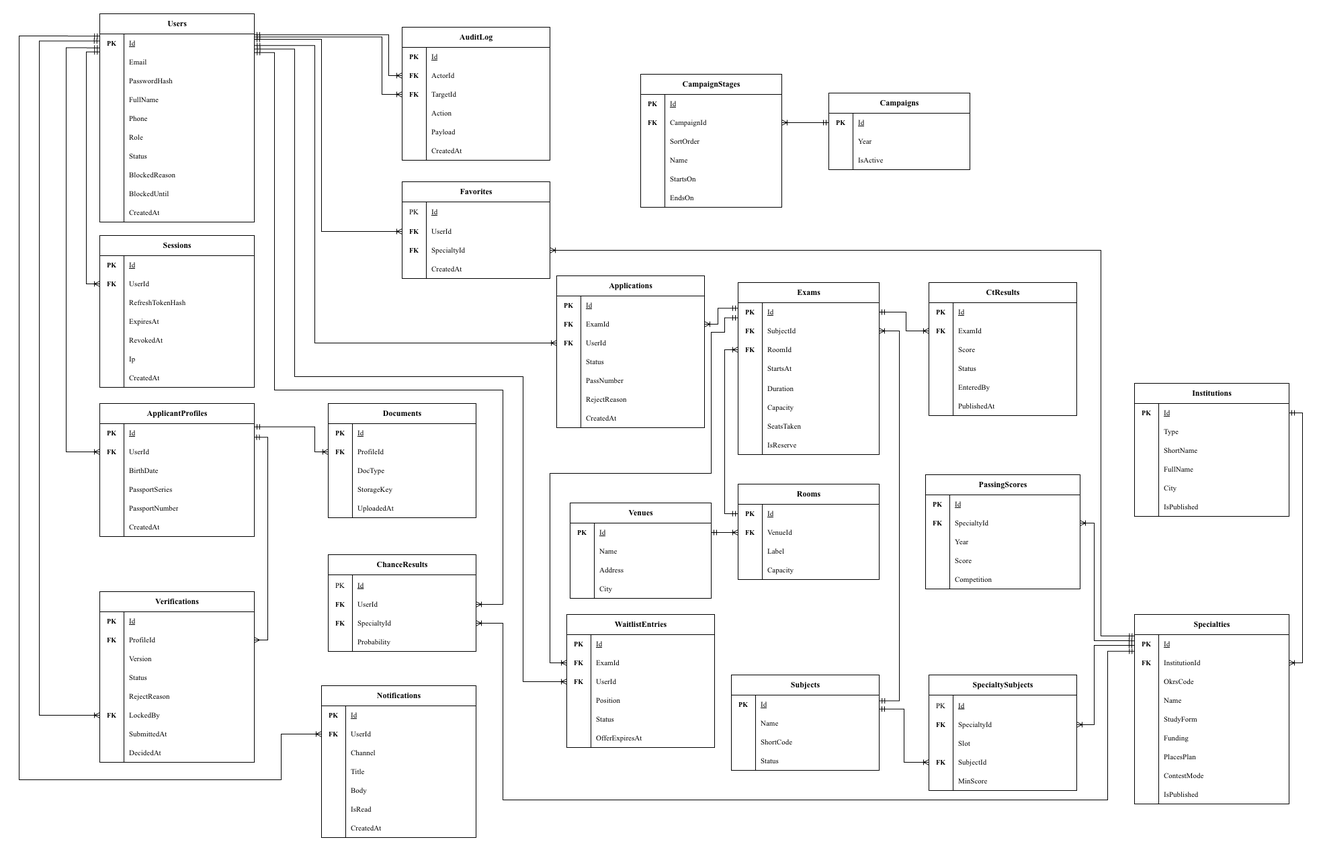
The draw.io diagram docs/diagrams/db-postgresql.png in qDenisM/web-app-centralized-testing-platform, before a commit. Source tidied: cells renumbered, new cells last; positions are measured from the earlier drawing's top-left corner, leaving out a move shared by most shapes.
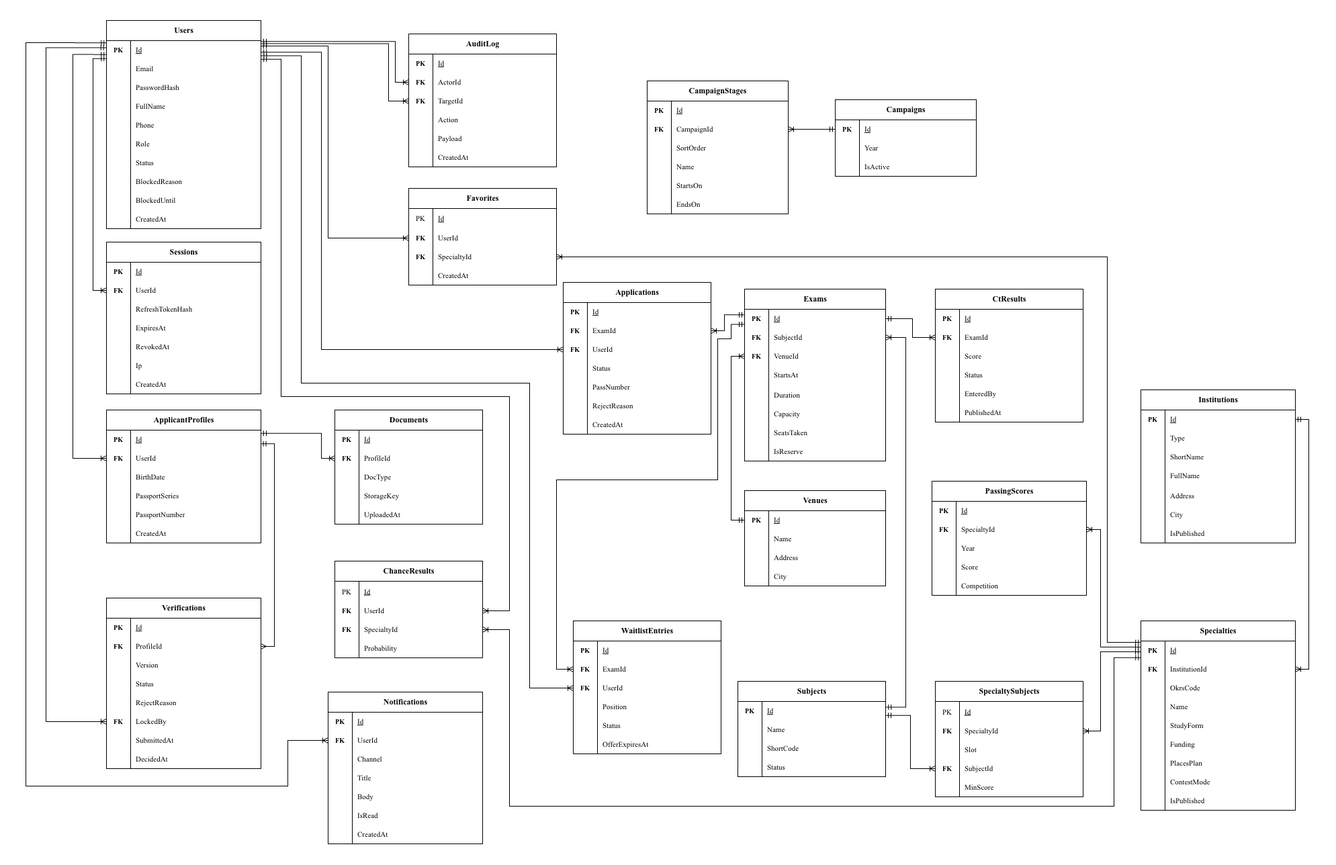
After the commit.

Diff of the diagram source:
```diff
@@ -445,7 +445,7 @@
       </mxGeometry>
     </mxCell>
     <mxCell id="141" value="Venues" style="shape=table;startSize=30;rowLines=0;fontStyle=1;align=center;html=1;fillColor=#FFFFFF;strokeColor=#000000;fontColor=#000000;fontFamily=Times New Roman;fontSize=12;" parent="1" vertex="1">
-      <mxGeometry x="820" y="728" width="210" height="142" as="geometry" />
+      <mxGeometry x="1070" y="700" width="210" height="142" as="geometry" />
     </mxCell>
     <mxCell id="142" style="shape=tableRow;horizontal=0;startSize=0;swimlaneHead=0;swimlaneBody=0;fillColor=none;points=[[0,0.5],[1,0.5]];portConstraint=eastwest;top=0;left=0;right=0;bottom=0;strokeColor=inherit;" parent="141" vertex="1">
       <mxGeometry y="30" width="210" height="28" as="geometry" />
@@ -483,45 +483,6 @@
     <mxCell id="153" value="City" style="shape=partialRectangle;fillColor=none;top=0;left=0;bottom=0;right=0;align=left;spacingLeft=6;overflow=hidden;whiteSpace=wrap;html=1;fontStyle=0;fontFamily=Times New Roman;fontSize=11;fontColor=#000000;verticalAlign=middle;" parent="151" vertex="1">
       <mxGeometry x="36" width="174" height="28" as="geometry" />
     </mxCell>
-    <mxCell id="154" value="Rooms" style="shape=table;startSize=30;rowLines=0;fontStyle=1;align=center;html=1;fillColor=#FFFFFF;strokeColor=#000000;fontColor=#000000;fontFamily=Times New Roman;fontSize=12;" parent="1" vertex="1">
-      <mxGeometry x="1070" y="700" width="210" height="142" as="geometry" />
-    </mxCell>
-    <mxCell id="155" style="shape=tableRow;horizontal=0;startSize=0;swimlaneHead=0;swimlaneBody=0;fillColor=none;points=[[0,0.5],[1,0.5]];portConstraint=eastwest;top=0;left=0;right=0;bottom=0;strokeColor=inherit;" parent="154" vertex="1">
-      <mxGeometry y="30" width="210" height="28" as="geometry" />
-    </mxCell>
-    <mxCell id="156" value="PK" style="shape=partialRectangle;fillColor=none;top=0;left=0;bottom=0;right=0;overflow=hidden;whiteSpace=wrap;html=1;fontStyle=1;fontFamily=Times New Roman;fontSize=10;fontColor=#000000;align=center;verticalAlign=middle;" parent="155" vertex="1">
-      <mxGeometry width="36" height="28" as="geometry" />
-    </mxCell>
-    <mxCell id="157" value="Id" style="shape=partialRectangle;fillColor=none;top=0;left=0;bottom=0;right=0;align=left;spacingLeft=6;overflow=hidden;whiteSpace=wrap;html=1;fontStyle=4;fontFamily=Times New Roman;fontSize=11;fontColor=#000000;verticalAlign=middle;" parent="155" vertex="1">
-      <mxGeometry x="36" width="174" height="28" as="geometry" />
-    </mxCell>
-    <mxCell id="158" style="shape=tableRow;horizontal=0;startSize=0;swimlaneHead=0;swimlaneBody=0;fillColor=none;points=[[0,0.5],[1,0.5]];portConstraint=eastwest;top=0;left=0;right=0;bottom=0;strokeColor=inherit;" parent="154" vertex="1">
-      <mxGeometry y="58" width="210" height="28" as="geometry" />
-    </mxCell>
-    <mxCell id="159" value="FK" style="shape=partialRectangle;fillColor=none;top=0;left=0;bottom=0;right=0;overflow=hidden;whiteSpace=wrap;html=1;fontStyle=1;fontFamily=Times New Roman;fontSize=10;fontColor=#000000;align=center;verticalAlign=middle;" parent="158" vertex="1">
-      <mxGeometry width="36" height="28" as="geometry" />
-    </mxCell>
-    <mxCell id="160" value="VenueId" style="shape=partialRectangle;fillColor=none;top=0;left=0;bottom=0;right=0;align=left;spacingLeft=6;overflow=hidden;whiteSpace=wrap;html=1;fontStyle=0;fontFamily=Times New Roman;fontSize=11;fontColor=#000000;verticalAlign=middle;" parent="158" vertex="1">
-      <mxGeometry x="36" width="174" height="28" as="geometry" />
-    </mxCell>
-    <mxCell id="161" style="shape=tableRow;horizontal=0;startSize=0;swimlaneHead=0;swimlaneBody=0;fillColor=none;top=0;left=0;right=0;bottom=0;strokeColor=inherit;" parent="154" vertex="1">
-      <mxGeometry y="86" width="210" height="28" as="geometry" />
-    </mxCell>
-    <mxCell id="162" style="shape=partialRectangle;fillColor=none;top=0;left=0;bottom=0;right=0;overflow=hidden;whiteSpace=wrap;html=1;fontStyle=1;fontFamily=Times New Roman;fontSize=10;fontColor=#000000;align=center;verticalAlign=middle;" parent="161" vertex="1">
-      <mxGeometry width="36" height="28" as="geometry" />
-    </mxCell>
-    <mxCell id="163" value="Label" style="shape=partialRectangle;fillColor=none;top=0;left=0;bottom=0;right=0;align=left;spacingLeft=6;overflow=hidden;whiteSpace=wrap;html=1;fontStyle=0;fontFamily=Times New Roman;fontSize=11;fontColor=#000000;verticalAlign=middle;" parent="161" vertex="1">
-      <mxGeometry x="36" width="174" height="28" as="geometry" />
-    </mxCell>
-    <mxCell id="164" style="shape=tableRow;horizontal=0;startSize=0;swimlaneHead=0;swimlaneBody=0;fillColor=none;top=0;left=0;right=0;bottom=1;strokeColor=inherit;" parent="154" vertex="1">
-      <mxGeometry y="114" width="210" height="28" as="geometry" />
-    </mxCell>
-    <mxCell id="165" style="shape=partialRectangle;fillColor=none;top=0;left=0;bottom=0;right=0;overflow=hidden;whiteSpace=wrap;html=1;fontStyle=1;fontFamily=Times New Roman;fontSize=10;fontColor=#000000;align=center;verticalAlign=middle;" parent="164" vertex="1">
-      <mxGeometry width="36" height="28" as="geometry" />
-    </mxCell>
-    <mxCell id="166" value="Capacity" style="shape=partialRectangle;fillColor=none;top=0;left=0;bottom=0;right=0;align=left;spacingLeft=6;overflow=hidden;whiteSpace=wrap;html=1;fontStyle=0;fontFamily=Times New Roman;fontSize=11;fontColor=#000000;verticalAlign=middle;" parent="164" vertex="1">
-      <mxGeometry x="36" width="174" height="28" as="geometry" />
-    </mxCell>
     <mxCell id="167" value="Exams" style="shape=table;startSize=30;rowLines=0;fontStyle=1;align=center;html=1;fillColor=#FFFFFF;strokeColor=#000000;fontColor=#000000;fontFamily=Times New Roman;fontSize=12;" parent="1" vertex="1">
       <mxGeometry x="1070" y="400" width="210" height="256" as="geometry" />
     </mxCell>
@@ -549,7 +510,7 @@
     <mxCell id="175" value="FK" style="shape=partialRectangle;fillColor=none;top=0;left=0;bottom=0;right=0;overflow=hidden;whiteSpace=wrap;html=1;fontStyle=1;fontFamily=Times New Roman;fontSize=10;fontColor=#000000;align=center;verticalAlign=middle;" parent="174" vertex="1">
       <mxGeometry width="36" height="28" as="geometry" />
     </mxCell>
-    <mxCell id="176" value="RoomId" style="shape=partialRectangle;fillColor=none;top=0;left=0;bottom=0;right=0;align=left;spacingLeft=6;overflow=hidden;whiteSpace=wrap;html=1;fontStyle=0;fontFamily=Times New Roman;fontSize=11;fontColor=#000000;verticalAlign=middle;" parent="174" vertex="1">
+    <mxCell id="176" value="VenueId" style="shape=partialRectangle;fillColor=none;top=0;left=0;bottom=0;right=0;align=left;spacingLeft=6;overflow=hidden;whiteSpace=wrap;html=1;fontStyle=0;fontFamily=Times New Roman;fontSize=11;fontColor=#000000;verticalAlign=middle;" parent="174" vertex="1">
       <mxGeometry x="36" width="174" height="28" as="geometry" />
     </mxCell>
     <mxCell id="177" style="shape=tableRow;horizontal=0;startSize=0;swimlaneHead=0;swimlaneBody=0;fillColor=none;top=0;left=0;right=0;bottom=0;strokeColor=inherit;" parent="167" vertex="1">
@@ -720,15 +681,8 @@
     <mxCell id="232" value="OfferExpiresAt" style="shape=partialRectangle;fillColor=none;top=0;left=0;bottom=0;right=0;align=left;spacingLeft=6;overflow=hidden;whiteSpace=wrap;html=1;fontStyle=0;fontFamily=Times New Roman;fontSize=11;fontColor=#000000;verticalAlign=middle;" parent="230" vertex="1">
       <mxGeometry x="36" width="184" height="28" as="geometry" />
     </mxCell>
-    <mxCell id="233" style="edgeStyle=orthogonalEdgeStyle;rounded=0;jettySize=auto;html=1;endArrow=ERoneToMany;endFill=0;startArrow=ERmandOne;startFill=0;strokeColor=#000000;exitX=1;exitY=0.5;entryX=0;entryY=0.5;exitDx=0;exitDy=0;entryDx=0;entryDy=0;" parent="1" edge="1" source="142" target="158">
-      <mxGeometry x="-0.7" relative="1" as="geometry">
-        <Array as="points">
-          <mxPoint x="1070" y="772" />
-        </Array>
-      </mxGeometry>
-    </mxCell>
-    <mxCell id="234" style="edgeStyle=orthogonalEdgeStyle;rounded=0;jettySize=auto;html=1;endArrow=ERoneToMany;endFill=0;startArrow=ERmandOne;startFill=0;strokeColor=#000000;exitX=0;exitY=0.5;entryX=0;entryY=0.5;exitDx=0;exitDy=0;entryDx=0;entryDy=0;" parent="1" edge="1" source="155" target="174">
-      <mxGeometry x="0.23" relative="1" as="geometry" />
+    <mxCell id="234" style="edgeStyle=orthogonalEdgeStyle;rounded=0;jettySize=auto;html=1;endArrow=ERoneToMany;endFill=0;startArrow=ERmandOne;startFill=0;strokeColor=#000000;exitX=0;exitY=0.5;entryX=0;entryY=0.5;exitDx=0;exitDy=0;entryDx=0;entryDy=0;" parent="1" edge="1" source="142" target="174">
+      <mxGeometry x="0.29" relative="1" as="geometry" />
     </mxCell>
     <mxCell id="235" style="rounded=0;jettySize=auto;html=1;endArrow=ERoneToMany;endFill=0;startArrow=ERmandOne;startFill=0;strokeColor=#000000;exitX=0;exitY=0.296;entryX=1;entryY=0.5;exitDx=0;exitDy=0;entryDx=0;entryDy=0;edgeStyle=orthogonalEdgeStyle;exitPerimeter=0;" parent="1" edge="1" source="168" target="196">
       <mxGeometry x="-0.27" relative="1" as="geometry">
@@ -845,7 +799,7 @@
       </mxGeometry>
     </mxCell>
     <mxCell id="260" value="Institutions" style="shape=table;startSize=30;rowLines=0;fontStyle=1;align=center;html=1;fillColor=#FFFFFF;strokeColor=#000000;fontColor=#000000;fontFamily=Times New Roman;fontSize=12;" parent="1" vertex="1">
-      <mxGeometry x="1660" y="550" width="230" height="198" as="geometry" />
+      <mxGeometry x="1660" y="550" width="230" height="228" as="geometry" />
     </mxCell>
     <mxCell id="261" style="shape=tableRow;horizontal=0;startSize=0;swimlaneHead=0;swimlaneBody=0;fillColor=none;points=[[0,0.5],[1,0.5]];portConstraint=eastwest;top=0;left=0;right=0;bottom=0;strokeColor=inherit;" parent="260" vertex="1">
       <mxGeometry y="30" width="230" height="28" as="geometry" />
@@ -883,8 +837,17 @@
     <mxCell id="272" value="FullName" style="shape=partialRectangle;fillColor=none;top=0;left=0;bottom=0;right=0;align=left;spacingLeft=6;overflow=hidden;whiteSpace=wrap;html=1;fontStyle=0;fontFamily=Times New Roman;fontSize=11;fontColor=#000000;verticalAlign=middle;" parent="270" vertex="1">
       <mxGeometry x="36" width="194" height="28" as="geometry" />
     </mxCell>
+    <mxCell id="440" style="shape=tableRow;horizontal=0;startSize=0;swimlaneHead=0;swimlaneBody=0;fillColor=none;top=0;left=0;right=0;bottom=0;" parent="260" vertex="1">
+      <mxGeometry y="142" width="230" height="30" as="geometry" />
+    </mxCell>
+    <mxCell id="441" style="shape=partialRectangle;fillColor=none;top=0;left=0;bottom=0;right=0;overflow=hidden;" parent="440" vertex="1">
+      <mxGeometry width="36" height="30" as="geometry" />
+    </mxCell>
+    <mxCell id="442" value="Address" style="shape=partialRectangle;fillColor=none;top=0;left=0;bottom=0;right=0;align=left;spacingLeft=6;overflow=hidden;fontFamily=Times New Roman;fontSize=11;" parent="440" vertex="1">
+      <mxGeometry x="36" width="194" height="30" as="geometry" />
+    </mxCell>
     <mxCell id="273" style="shape=tableRow;horizontal=0;startSize=0;swimlaneHead=0;swimlaneBody=0;fillColor=none;top=0;left=0;right=0;bottom=0;strokeColor=inherit;" parent="260" vertex="1">
-      <mxGeometry y="142" width="230" height="28" as="geometry" />
+      <mxGeometry y="172" width="230" height="28" as="geometry" />
     </mxCell>
     <mxCell id="274" style="shape=partialRectangle;fillColor=none;top=0;left=0;bottom=0;right=0;overflow=hidden;whiteSpace=wrap;html=1;fontStyle=1;fontFamily=Times New Roman;fontSize=10;fontColor=#000000;align=center;verticalAlign=middle;" parent="273" vertex="1">
       <mxGeometry width="36" height="28" as="geometry" />
@@ -893,7 +856,7 @@
       <mxGeometry x="36" width="194" height="28" as="geometry" />
     </mxCell>
     <mxCell id="276" style="shape=tableRow;horizontal=0;startSize=0;swimlaneHead=0;swimlaneBody=0;fillColor=none;top=0;left=0;right=0;bottom=1;strokeColor=inherit;" parent="260" vertex="1">
-      <mxGeometry y="170" width="230" height="28" as="geometry" />
+      <mxGeometry y="200" width="230" height="28" as="geometry" />
     </mxCell>
     <mxCell id="277" style="shape=partialRectangle;fillColor=none;top=0;left=0;bottom=0;right=0;overflow=hidden;whiteSpace=wrap;html=1;fontStyle=1;fontFamily=Times New Roman;fontSize=10;fontColor=#000000;align=center;verticalAlign=middle;" parent="276" vertex="1">
       <mxGeometry width="36" height="28" as="geometry" />
```
